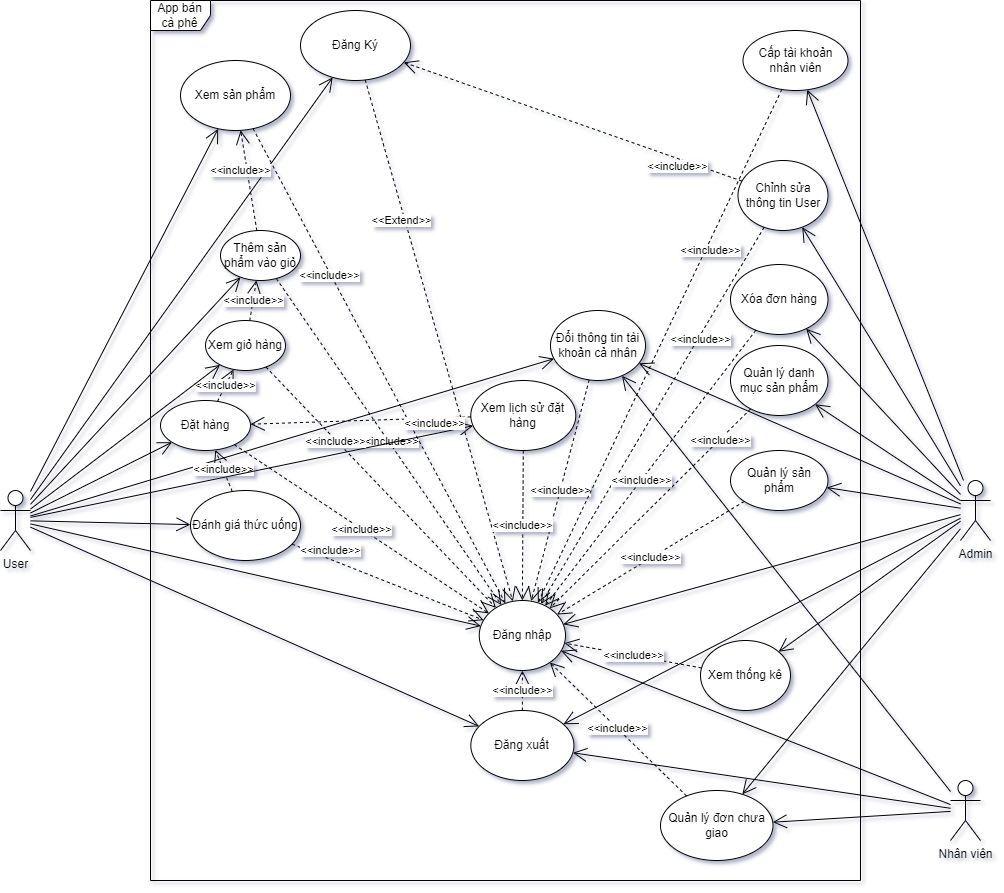
SilencedFrost/CoffeeShop keeps this draw.io diagram as usecase.png. Above is the earlier version. Source tidied: cells renumbered, new cells last; positions are measured from the earlier drawing's top-left corner, leaving out a move shared by most shapes.
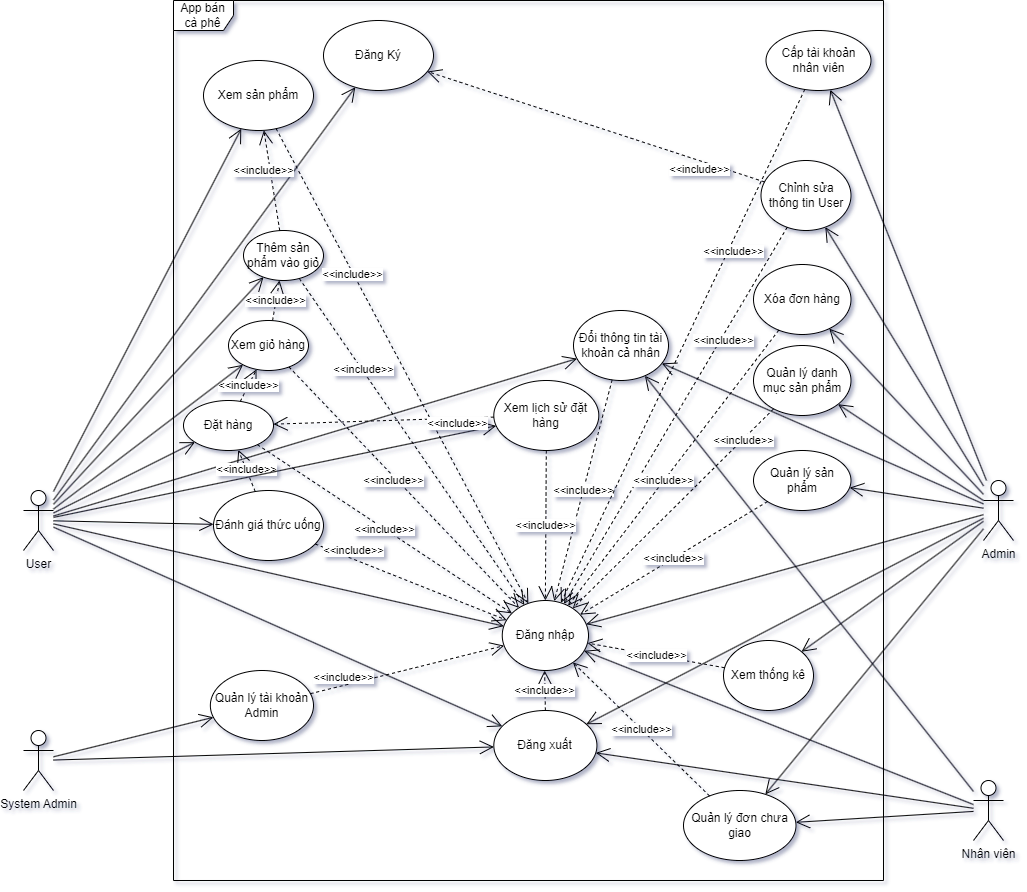
The same file after the commit.

Commit message:
updated usecase diagram

What changed in the source:
```diff
@@ -9,14 +9,11 @@
       <mxGeometry x="960" y="480" width="30" height="60" as="geometry" />
     </mxCell>
     <mxCell id="4" value="Đăng Ký" style="ellipse;whiteSpace=wrap;html=1;" parent="1" vertex="1">
-      <mxGeometry x="300" y="10" width="110" height="70" as="geometry" />
+      <mxGeometry x="300" y="20" width="110" height="70" as="geometry" />
     </mxCell>
     <mxCell id="5" value="Đăng nhập" style="ellipse;whiteSpace=wrap;html=1;" parent="1" vertex="1">
       <mxGeometry x="478.8" y="600" width="86.2" height="70" as="geometry" />
     </mxCell>
-    <mxCell id="6" value="&amp;lt;&amp;lt;Extend&amp;gt;&amp;gt;" style="endArrow=open;endSize=12;dashed=1;html=1;rounded=0;" parent="1" edge="1" source="4" target="5">
-      <mxGeometry x="-0.46" y="-3" relative="1" as="geometry" />
-    </mxCell>
     <mxCell id="7" value="User" style="shape=umlActor;verticalLabelPosition=bottom;verticalAlign=top;html=1;" parent="1" vertex="1">
       <mxGeometry y="490" width="30" height="60" as="geometry" />
     </mxCell>
@@ -153,7 +150,7 @@
       <mxGeometry relative="1" as="geometry" />
     </mxCell>
     <mxCell id="52" value="&amp;lt;&amp;lt;include&amp;gt;&amp;gt;" style="endArrow=open;endSize=12;dashed=1;html=1;rounded=0;" parent="1" edge="1" source="49" target="5">
-      <mxGeometry relative="1" as="geometry" />
+      <mxGeometry x="-0.43" y="1" relative="1" as="geometry" />
     </mxCell>
     <mxCell id="53" value="Xem sản phẩm" style="ellipse;whiteSpace=wrap;html=1;" parent="1" vertex="1">
       <mxGeometry x="180" y="60" width="110" height="70" as="geometry" />
@@ -201,7 +198,22 @@
       <mxGeometry relative="1" as="geometry" />
     </mxCell>
     <mxCell id="68" value="&amp;lt;&amp;lt;include&amp;gt;&amp;gt;" style="endArrow=open;endSize=12;dashed=1;html=1;rounded=0;" parent="1" edge="1" source="65" target="5">
-      <mxGeometry x="-0.39" y="-1" relative="1" as="geometry" />
+      <mxGeometry x="-0.07" y="-3" relative="1" as="geometry" />
     </mxCell>
+    <mxCell id="69" value="System Admin" style="shape=umlActor;verticalLabelPosition=bottom;verticalAlign=top;html=1;" parent="1" vertex="1">
+      <mxGeometry y="730" width="30" height="60" as="geometry" />
+    </mxCell>
+    <mxCell id="70" value="Quản lý tài khoản Admin" style="ellipse;whiteSpace=wrap;html=1;" parent="1" vertex="1">
+      <mxGeometry x="186.9" y="670" width="103.1" height="70" as="geometry" />
+    </mxCell>
+    <mxCell id="71" style="endArrow=open;endFill=1;endSize=12;html=1;rounded=0;" parent="1" edge="1" source="69" target="70">
+      <mxGeometry relative="1" as="geometry" />
+    </mxCell>
+    <mxCell id="72" style="endArrow=open;endFill=1;endSize=12;html=1;rounded=0;" parent="1" edge="1" source="69" target="17">
+      <mxGeometry relative="1" as="geometry" />
+    </mxCell>
+    <mxCell id="73" value="&amp;lt;&amp;lt;include&amp;gt;&amp;gt;" style="endArrow=open;endSize=12;dashed=1;html=1;rounded=0;" parent="1" edge="1" source="70" target="5">
+      <mxGeometry x="-0.63" y="8" relative="1" as="geometry" />
+    </mxCell>
   </root>
 </mxGraphModel>
```
